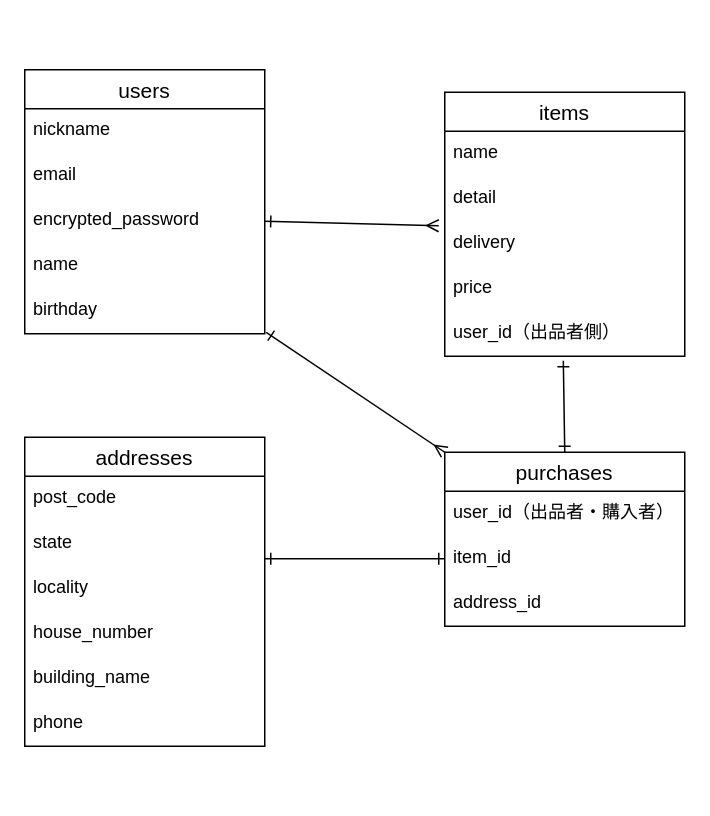
Earlier version of the draw.io diagram er.dio (Rei-envy/furima-39366). Source tidied: cells renumbered, new cells numbered last; positions are measured from the earlier drawing's top-left corner, leaving out a move shared by most shapes. Both pictures are drawn from the tidied source at 150%, with x=0, y=0 at pixel (24, 69).
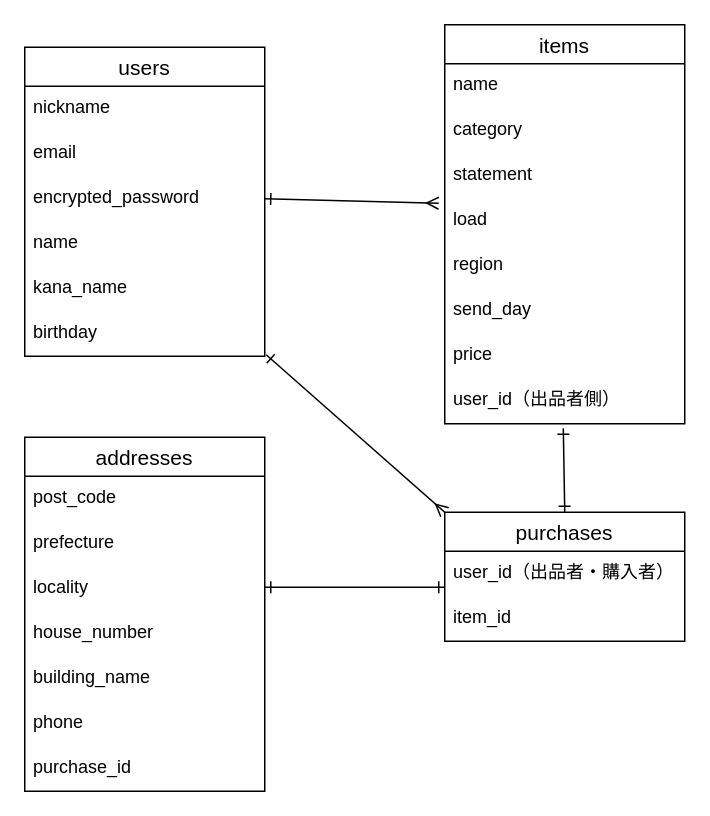
The same page after the edit.

Commit message (it also covers changes not shown here):
データベース設計の修正2

What changed in the source:
```diff
@@
     <mxCell id="2" value="users" style="swimlane;fontStyle=0;horizontal=1;startSize=26;align=center;fontSize=14;" parent="1" vertex="1">
-      <mxGeometry width="160" height="176" as="geometry" />
+      <mxGeometry y="-15" width="160" height="206" as="geometry" />
     </mxCell>
@@
+    <mxCell id="29" value="kana_name" style="text;strokeColor=none;fillColor=none;spacingLeft=4;spacingRight=4;overflow=hidden;fontSize=12;" parent="2" vertex="1">
+      <mxGeometry y="146" width="160" height="30" as="geometry" />
+    </mxCell>
     <mxCell id="7" value="birthday&#10;" style="text;strokeColor=none;fillColor=none;spacingLeft=4;spacingRight=4;overflow=hidden;points=[[0,0.5],[1,0.5]];portConstraint=eastwest;fontSize=12;" parent="2" vertex="1">
-      <mxGeometry y="146" width="160" height="30" as="geometry" />
+      <mxGeometry y="176" width="160" height="30" as="geometry" />
     </mxCell>
     <mxCell id="8" value="items" style="swimlane;fontStyle=0;horizontal=1;startSize=26;align=center;fontSize=14;" parent="1" vertex="1">
-      <mxGeometry x="280" y="15" width="160" height="176" as="geometry" />
+      <mxGeometry x="280" y="-30" width="160" height="266" as="geometry" />
     </mxCell>
@@
-    <mxCell id="10" value="detail" style="text;strokeColor=none;fillColor=none;spacingLeft=4;spacingRight=4;overflow=hidden;fontSize=12;" parent="8" vertex="1">
+    <mxCell id="10" value="category" style="text;strokeColor=none;fillColor=none;spacingLeft=4;spacingRight=4;overflow=hidden;fontSize=12;" parent="8" vertex="1">
       <mxGeometry y="56" width="160" height="30" as="geometry" />
     </mxCell>
+    <mxCell id="30" value="statement" style="text;strokeColor=none;fillColor=none;spacingLeft=4;spacingRight=4;overflow=hidden;fontSize=12;" parent="8" vertex="1">
+      <mxGeometry y="86" width="160" height="30" as="geometry" />
+    </mxCell>
-    <mxCell id="11" value="delivery" style="text;strokeColor=none;fillColor=none;spacingLeft=4;spacingRight=4;overflow=hidden;points=[[0,0.5],[1,0.5]];portConstraint=eastwest;fontSize=12;" parent="8" vertex="1">
-      <mxGeometry y="86" width="160" height="30" as="geometry" />
+    <mxCell id="11" value="load" style="text;strokeColor=none;fillColor=none;spacingLeft=4;spacingRight=4;overflow=hidden;points=[[0,0.5],[1,0.5]];portConstraint=eastwest;fontSize=12;" parent="8" vertex="1">
+      <mxGeometry y="116" width="160" height="30" as="geometry" />
     </mxCell>
+    <mxCell id="31" value="region" style="text;strokeColor=none;fillColor=none;spacingLeft=4;spacingRight=4;overflow=hidden;fontSize=12;" parent="8" vertex="1">
+      <mxGeometry y="146" width="160" height="30" as="geometry" />
+    </mxCell>
+    <mxCell id="32" value="send_day" style="text;strokeColor=none;fillColor=none;spacingLeft=4;spacingRight=4;overflow=hidden;fontSize=12;" parent="8" vertex="1">
+      <mxGeometry y="176" width="160" height="30" as="geometry" />
+    </mxCell>
     <mxCell id="12" value="price" style="text;strokeColor=none;fillColor=none;spacingLeft=4;spacingRight=4;overflow=hidden;fontSize=12;" parent="8" vertex="1">
-      <mxGeometry y="116" width="160" height="30" as="geometry" />
+      <mxGeometry y="206" width="160" height="30" as="geometry" />
     </mxCell>
     <mxCell id="13" value="user_id（出品者側）" style="text;strokeColor=none;fillColor=none;spacingLeft=4;spacingRight=4;overflow=hidden;points=[[0,0.5],[1,0.5]];portConstraint=eastwest;fontSize=12;" parent="8" vertex="1">
-      <mxGeometry y="146" width="160" height="30" as="geometry" />
+      <mxGeometry y="236" width="160" height="30" as="geometry" />
     </mxCell>
     <mxCell id="14" value="purchases" style="swimlane;fontStyle=0;horizontal=1;startSize=26;align=center;fontSize=14;" parent="1" vertex="1">
-      <mxGeometry x="280" y="255" width="160" height="116" as="geometry" />
+      <mxGeometry x="280" y="295" width="160" height="86" as="geometry" />
     </mxCell>
@@
-    <mxCell id="17" value="address_id" style="text;strokeColor=none;fillColor=none;spacingLeft=4;spacingRight=4;overflow=hidden;fontSize=12;" parent="14" vertex="1">
-      <mxGeometry y="86" width="160" height="30" as="geometry" />
-    </mxCell>
     <mxCell id="18" value="addresses" style="swimlane;fontStyle=0;horizontal=1;startSize=26;align=center;fontSize=14;labelBorderColor=none;strokeColor=default;swimlaneLine=1;fillColor=default;" parent="1" vertex="1">
-      <mxGeometry y="245" width="160" height="206" as="geometry" />
+      <mxGeometry y="245" width="160" height="236" as="geometry" />
     </mxCell>
@@
-    <mxCell id="20" value="state" style="text;strokeColor=none;fillColor=none;spacingLeft=4;spacingRight=4;overflow=hidden;fontSize=12;" parent="18" vertex="1">
+    <mxCell id="20" value="prefecture" style="text;strokeColor=none;fillColor=none;spacingLeft=4;spacingRight=4;overflow=hidden;fontSize=12;" parent="18" vertex="1">
       <mxGeometry y="56" width="160" height="30" as="geometry" />
     </mxCell>
@@
+    <mxCell id="33" value="purchase_id" style="text;strokeColor=none;fillColor=none;spacingLeft=4;spacingRight=4;overflow=hidden;fontSize=12;" parent="18" vertex="1">
+      <mxGeometry y="206" width="160" height="30" as="geometry" />
+    </mxCell>
@@
     <mxCell id="28" style="edgeStyle=none;html=1;exitX=1;exitY=0.5;exitDx=0;exitDy=0;startArrow=ERone;startFill=0;endArrow=ERone;endFill=0;" parent="1" edge="1">
       <mxGeometry relative="1" as="geometry">
-        <mxPoint x="160" y="326" as="sourcePoint" />
-        <mxPoint x="280" y="326" as="targetPoint" />
+        <mxPoint x="160" y="345" as="sourcePoint" />
+        <mxPoint x="280" y="345" as="targetPoint" />
       </mxGeometry>
     </mxCell>
```
